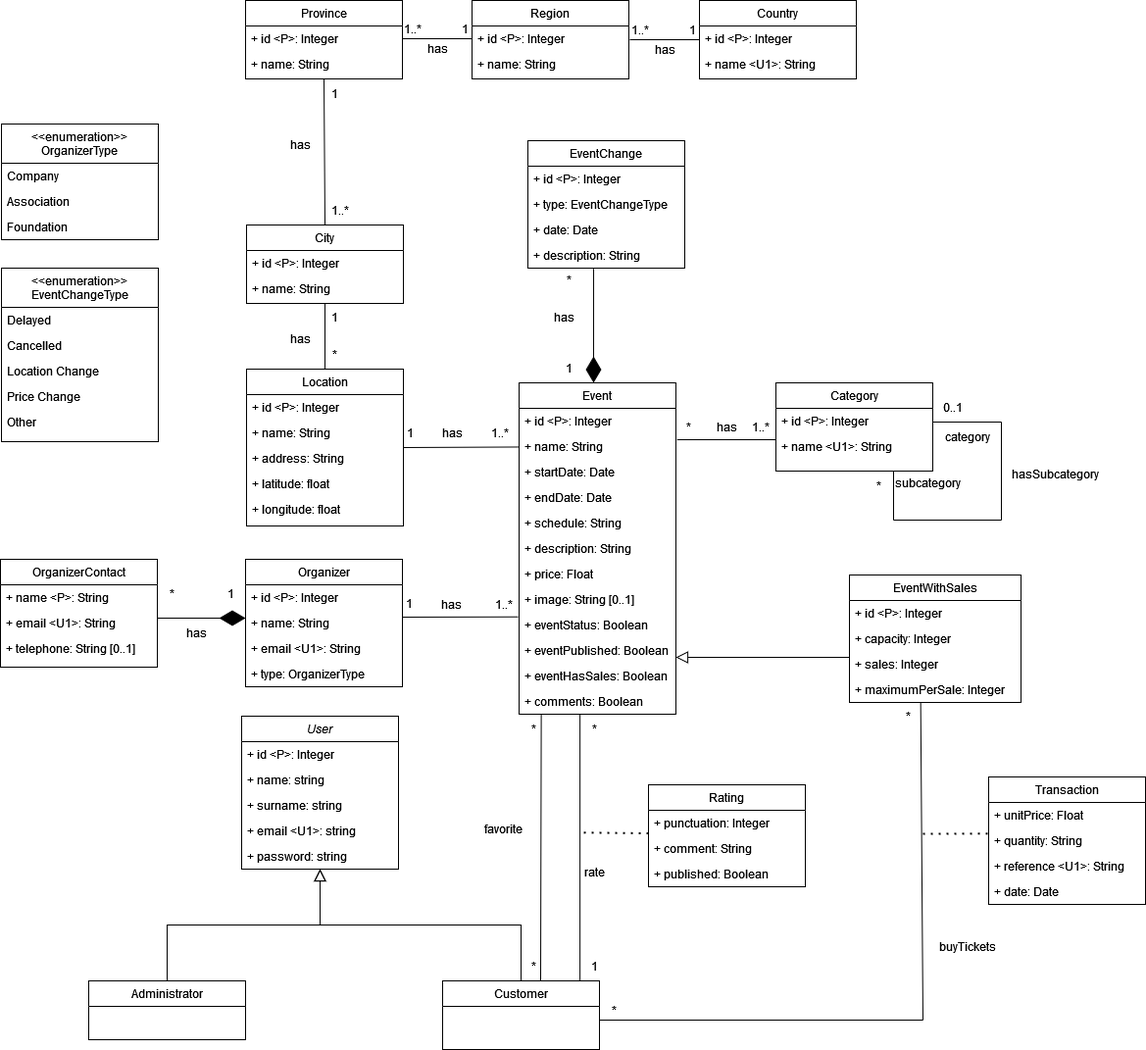
Before: diagrams/conceptual-diagram.drawio.png, a diagram exported from draw.io (danielpilot/event-database). Source tidied: cells renumbered, new cells last; positions are measured from the earlier drawing's top-left corner, leaving out a move shared by most shapes.
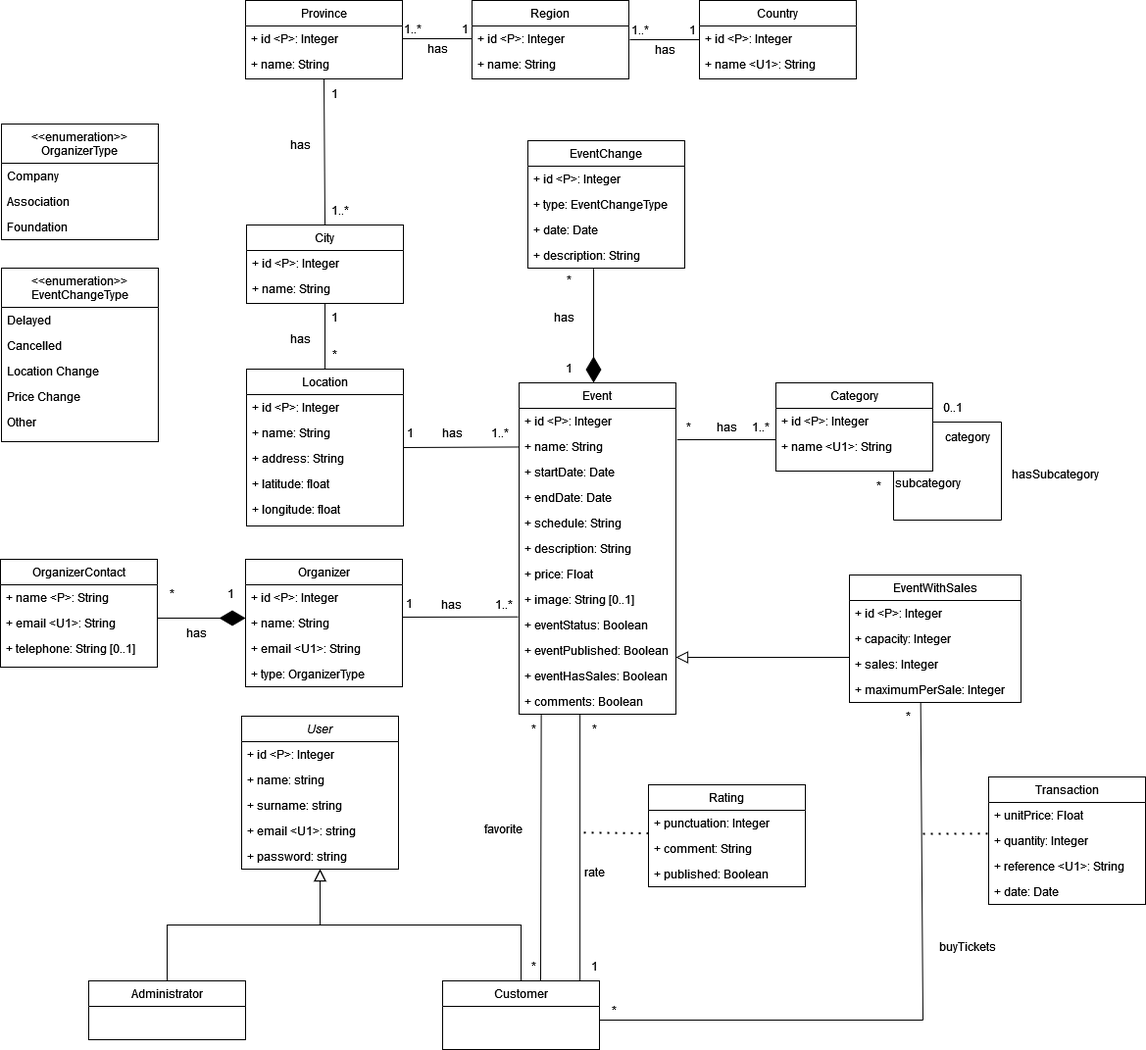
The same file after the commit.

Commit message:
Change transaction quantity to integer

Diff of the diagram source:
```diff
@@ -457,7 +457,7 @@
     <mxCell id="139" value="+ unitPrice: Float" style="text;align=left;verticalAlign=top;spacingLeft=4;spacingRight=4;overflow=hidden;rounded=0;shadow=0;html=0;" parent="138" vertex="1">
       <mxGeometry y="26" width="160" height="26" as="geometry" />
     </mxCell>
-    <mxCell id="140" value="+ quantity: String" style="text;align=left;verticalAlign=top;spacingLeft=4;spacingRight=4;overflow=hidden;points=[[0,0.5],[1,0.5]];portConstraint=eastwest;rounded=0;shadow=0;html=0;" parent="138" vertex="1">
+    <mxCell id="140" value="+ quantity: Integer" style="text;align=left;verticalAlign=top;spacingLeft=4;spacingRight=4;overflow=hidden;points=[[0,0.5],[1,0.5]];portConstraint=eastwest;rounded=0;shadow=0;html=0;" parent="138" vertex="1">
       <mxGeometry y="52" width="160" height="26" as="geometry" />
     </mxCell>
     <mxCell id="141" value="+ reference &lt;U1&gt;: String" style="text;align=left;verticalAlign=top;spacingLeft=4;spacingRight=4;overflow=hidden;rounded=0;shadow=0;html=0;" parent="138" vertex="1">
```
